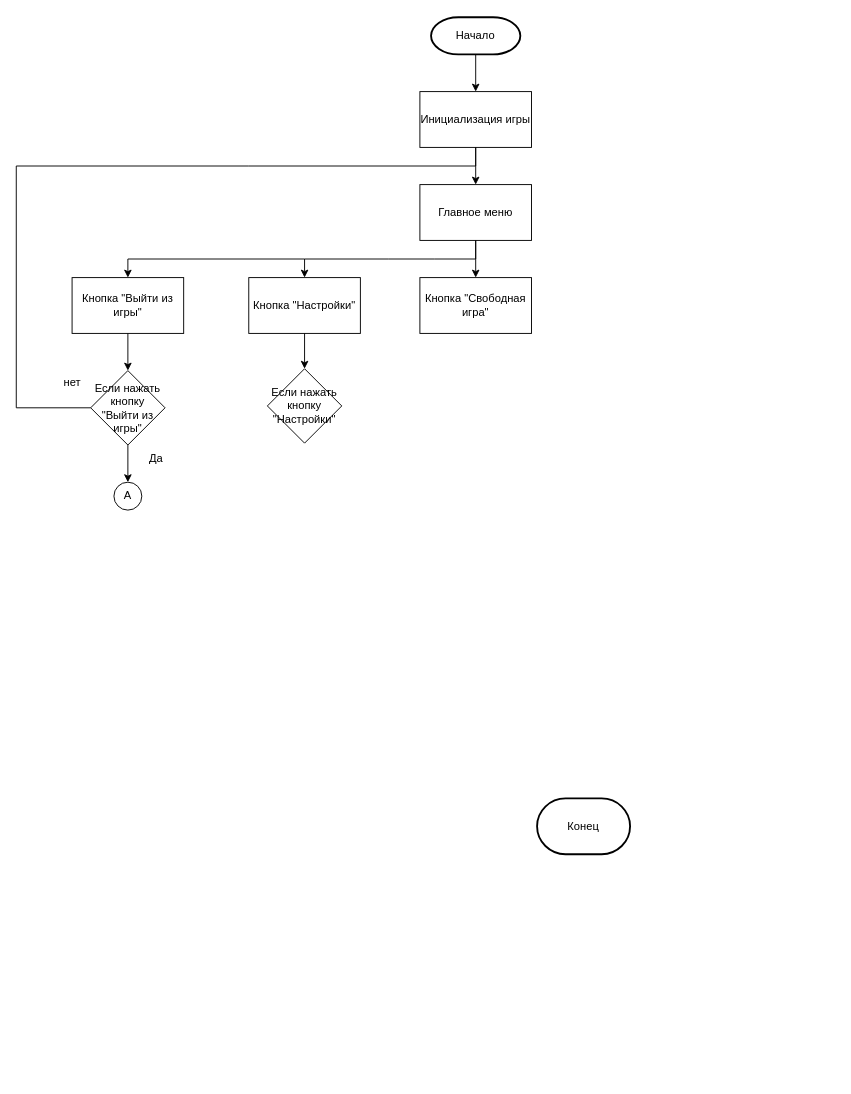
This is Блок-схема.drawio from BatCatRus/Spelled_Blood, a draw.io file, before an edit. Source tidied: cells renumbered, new cells numbered last; positions are measured from the earlier drawing's top-left corner, leaving out a move shared by most shapes. Both pictures are drawn from the tidied source at 93%, with x=0, y=0 at pixel (16, 17).
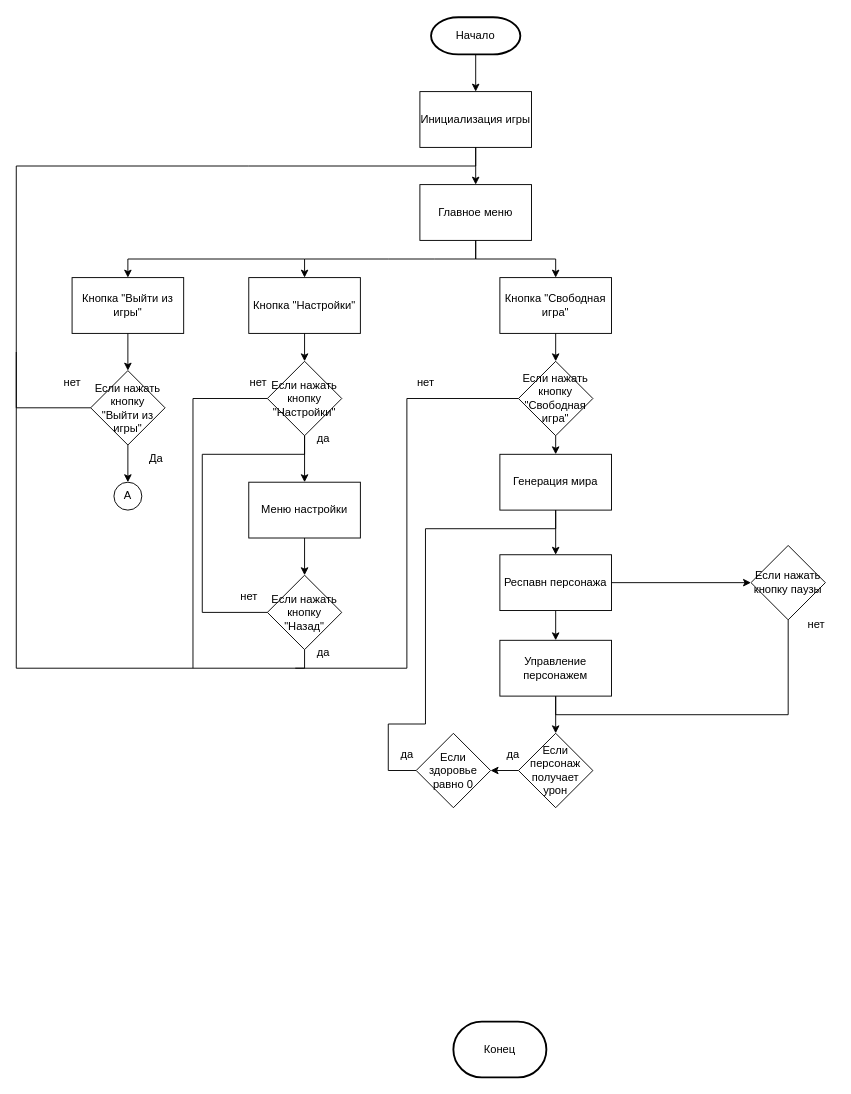
The same diagram, later.

Unchanged cells that the change refers to:
```xml
<mxCell id="5" value="Главное меню" style="rounded=0;whiteSpace=wrap;html=1;" parent="1" vertex="1">
  <mxGeometry x="434" y="180" width="120" height="60" as="geometry" />
</mxCell>
```

The edit, as a diff of the source:
```diff
@@
     <mxCell id="8" value="Кнопка &quot;Свободная игра&quot;" style="rounded=0;whiteSpace=wrap;html=1;" parent="1" vertex="1">
-      <mxGeometry x="434" y="280" width="120" height="60" as="geometry" />
+      <mxGeometry x="520" y="280" width="120" height="60" as="geometry" />
     </mxCell>
@@
     <mxCell id="10" style="endArrow=classic;html=1;rounded=0;entryX=0.5;entryY=0;entryDx=0;entryDy=0;exitX=0.5;exitY=1;exitDx=0;exitDy=0;" parent="1" edge="1" source="5" target="8">
-      <mxGeometry relative="1" as="geometry" />
+      <mxGeometry relative="1" as="geometry">
+        <Array as="points">
+          <mxPoint x="494" y="260" />
+          <mxPoint x="580" y="260" />
+        </Array>
+      </mxGeometry>
     </mxCell>
@@
     <mxCell id="16" value="Конец" style="strokeWidth=2;html=1;shape=mxgraph.flowchart.terminator;whiteSpace=wrap;direction=west;" parent="1" vertex="1">
-      <mxGeometry x="560" y="840" width="100" height="60" as="geometry" />
+      <mxGeometry x="470" y="1080" width="100" height="60" as="geometry" />
     </mxCell>
@@
     <mxCell id="20" value="Если нажать кнопку &quot;Настройки&quot;" style="rhombus;whiteSpace=wrap;html=1;" parent="1" vertex="1">
-      <mxGeometry x="270" y="378" width="80" height="80" as="geometry" />
+      <mxGeometry x="270" y="370" width="80" height="80" as="geometry" />
     </mxCell>
@@
+    <mxCell id="23" value="Если нажать кнопку &quot;Назад&quot;" style="rhombus;whiteSpace=wrap;html=1;" parent="1" vertex="1">
+      <mxGeometry x="270" y="600" width="80" height="80" as="geometry" />
+    </mxCell>
+    <mxCell id="24" style="endArrow=classic;html=1;rounded=0;exitX=0.5;exitY=1;exitDx=0;exitDy=0;entryX=0.5;entryY=0;entryDx=0;entryDy=0;" parent="1" edge="1" source="20" target="26">
+      <mxGeometry relative="1" as="geometry" />
+    </mxCell>
+    <mxCell id="25" style="endArrow=none;html=1;rounded=0;exitX=0.5;exitY=1;exitDx=0;exitDy=0;endFill=0;" parent="1" edge="1" source="23">
+      <mxGeometry relative="1" as="geometry">
+        <mxPoint y="360" as="targetPoint" />
+        <Array as="points">
+          <mxPoint x="310" y="700" />
+          <mxPoint y="700" />
+        </Array>
+      </mxGeometry>
+    </mxCell>
+    <mxCell id="26" value="Меню настройки" style="rounded=0;whiteSpace=wrap;html=1;" parent="1" vertex="1">
+      <mxGeometry x="250" y="500" width="120" height="60" as="geometry" />
+    </mxCell>
+    <mxCell id="27" style="endArrow=classic;html=1;rounded=0;exitX=0.5;exitY=1;exitDx=0;exitDy=0;entryX=0.5;entryY=0;entryDx=0;entryDy=0;" parent="1" edge="1" source="26" target="23">
+      <mxGeometry relative="1" as="geometry" />
+    </mxCell>
+    <mxCell id="28" style="endArrow=none;html=1;rounded=0;exitX=0;exitY=0.5;exitDx=0;exitDy=0;entryX=0.5;entryY=1;entryDx=0;entryDy=0;endFill=0;" parent="1" edge="1" source="23" target="20">
+      <mxGeometry relative="1" as="geometry">
+        <Array as="points">
+          <mxPoint x="200" y="640" />
+          <mxPoint x="200" y="470" />
+          <mxPoint x="310" y="470" />
+        </Array>
+      </mxGeometry>
+    </mxCell>
+    <mxCell id="29" style="endArrow=none;html=1;rounded=0;exitX=0;exitY=0.5;exitDx=0;exitDy=0;endFill=0;" parent="1" edge="1" source="20">
+      <mxGeometry relative="1" as="geometry">
+        <mxPoint x="190" y="700" as="targetPoint" />
+        <Array as="points">
+          <mxPoint x="190" y="410" />
+        </Array>
+      </mxGeometry>
+    </mxCell>
+    <mxCell id="30" value="нет" style="text;html=1;align=center;verticalAlign=middle;strokeColor=none;fillColor=none;" parent="1" vertex="1">
+      <mxGeometry x="240" y="378" width="40" height="30" as="geometry" />
+    </mxCell>
+    <mxCell id="31" value="да" style="text;html=1;align=center;verticalAlign=middle;strokeColor=none;fillColor=none;" parent="1" vertex="1">
+      <mxGeometry x="310" y="438" width="40" height="30" as="geometry" />
+    </mxCell>
+    <mxCell id="32" value="нет" style="text;html=1;align=center;verticalAlign=middle;strokeColor=none;fillColor=none;" parent="1" vertex="1">
+      <mxGeometry x="230" y="608" width="40" height="30" as="geometry" />
+    </mxCell>
+    <mxCell id="33" value="да" style="text;html=1;align=center;verticalAlign=middle;strokeColor=none;fillColor=none;" parent="1" vertex="1">
+      <mxGeometry x="310" y="668" width="40" height="30" as="geometry" />
+    </mxCell>
+    <mxCell id="34" style="edgeStyle=orthogonalEdgeStyle;rounded=0;jettySize=auto;html=1;exitX=0;exitY=0.5;exitDx=0;exitDy=0;endArrow=none;endFill=0;" parent="1" edge="1" source="36">
+      <mxGeometry relative="1" as="geometry">
+        <mxPoint x="300" y="700" as="targetPoint" />
+        <Array as="points">
+          <mxPoint x="420" y="410" />
+          <mxPoint x="420" y="700" />
+        </Array>
+      </mxGeometry>
+    </mxCell>
+    <mxCell id="35" style="edgeStyle=orthogonalEdgeStyle;rounded=0;jettySize=auto;html=1;exitX=0.5;exitY=1;exitDx=0;exitDy=0;entryX=0.5;entryY=0;entryDx=0;entryDy=0;" parent="1" edge="1" source="36" target="40">
+      <mxGeometry relative="1" as="geometry" />
+    </mxCell>
+    <mxCell id="36" value="Если нажать кнопку &quot;Свободная игра&quot;" style="rhombus;whiteSpace=wrap;html=1;" parent="1" vertex="1">
+      <mxGeometry x="540" y="370" width="80" height="80" as="geometry" />
+    </mxCell>
+    <mxCell id="37" style="endArrow=classic;html=1;rounded=0;exitX=0.5;exitY=1;exitDx=0;exitDy=0;entryX=0.5;entryY=0;entryDx=0;entryDy=0;" parent="1" edge="1" source="8" target="36">
+      <mxGeometry relative="1" as="geometry" />
+    </mxCell>
+    <mxCell id="38" value="нет" style="text;html=1;align=center;verticalAlign=middle;strokeColor=none;fillColor=none;" parent="1" vertex="1">
+      <mxGeometry x="420" y="378" width="40" height="30" as="geometry" />
+    </mxCell>
+    <mxCell id="39" style="edgeStyle=orthogonalEdgeStyle;rounded=0;jettySize=auto;html=1;exitX=0.5;exitY=1;exitDx=0;exitDy=0;entryX=0.5;entryY=0;entryDx=0;entryDy=0;" parent="1" edge="1" source="40" target="43">
+      <mxGeometry relative="1" as="geometry" />
+    </mxCell>
+    <mxCell id="40" value="Генерация мира" style="rounded=0;whiteSpace=wrap;html=1;" parent="1" vertex="1">
+      <mxGeometry x="520" y="470" width="120" height="60" as="geometry" />
+    </mxCell>
+    <mxCell id="41" style="edgeStyle=orthogonalEdgeStyle;rounded=0;jettySize=auto;html=1;exitX=1;exitY=0.5;exitDx=0;exitDy=0;entryX=0;entryY=0.5;entryDx=0;entryDy=0;" parent="1" edge="1" source="43" target="45">
+      <mxGeometry relative="1" as="geometry" />
+    </mxCell>
+    <mxCell id="42" style="edgeStyle=orthogonalEdgeStyle;rounded=0;jettySize=auto;html=1;exitX=0.5;exitY=1;exitDx=0;exitDy=0;entryX=0.5;entryY=0;entryDx=0;entryDy=0;" parent="1" edge="1" source="43" target="47">
+      <mxGeometry relative="1" as="geometry" />
+    </mxCell>
+    <mxCell id="43" value="Респавн персонажа" style="rounded=0;whiteSpace=wrap;html=1;" parent="1" vertex="1">
+      <mxGeometry x="520" y="578" width="120" height="60" as="geometry" />
+    </mxCell>
+    <mxCell id="44" style="edgeStyle=orthogonalEdgeStyle;rounded=0;jettySize=auto;html=1;exitX=0.5;exitY=1;exitDx=0;exitDy=0;entryX=0.5;entryY=1;entryDx=0;entryDy=0;endArrow=none;endFill=0;" parent="1" edge="1" source="45" target="47">
+      <mxGeometry relative="1" as="geometry" />
+    </mxCell>
+    <mxCell id="45" value="Если нажать кнопку паузы" style="rhombus;whiteSpace=wrap;html=1;" parent="1" vertex="1">
+      <mxGeometry x="790" y="568" width="80" height="80" as="geometry" />
+    </mxCell>
+    <mxCell id="46" style="edgeStyle=orthogonalEdgeStyle;rounded=0;jettySize=auto;html=1;exitX=0.5;exitY=1;exitDx=0;exitDy=0;" parent="1" edge="1" source="47" target="50">
+      <mxGeometry relative="1" as="geometry" />
+    </mxCell>
+    <mxCell id="47" value="Управление персонажем" style="rounded=0;whiteSpace=wrap;html=1;" parent="1" vertex="1">
+      <mxGeometry x="520" y="670" width="120" height="60" as="geometry" />
+    </mxCell>
+    <mxCell id="48" value="нет" style="text;html=1;align=center;verticalAlign=middle;strokeColor=none;fillColor=none;" parent="1" vertex="1">
+      <mxGeometry x="840" y="638" width="40" height="30" as="geometry" />
+    </mxCell>
+    <mxCell id="49" style="edgeStyle=orthogonalEdgeStyle;rounded=0;jettySize=auto;html=1;exitX=0;exitY=0.5;exitDx=0;exitDy=0;entryX=1;entryY=0.5;entryDx=0;entryDy=0;" parent="1" edge="1" source="50" target="52">
+      <mxGeometry relative="1" as="geometry" />
+    </mxCell>
+    <mxCell id="50" value="Если персонаж получает урон" style="rhombus;whiteSpace=wrap;html=1;" parent="1" vertex="1">
+      <mxGeometry x="540" y="770" width="80" height="80" as="geometry" />
+    </mxCell>
+    <mxCell id="51" style="edgeStyle=orthogonalEdgeStyle;rounded=0;jettySize=auto;html=1;exitX=0;exitY=0.5;exitDx=0;exitDy=0;entryX=0.5;entryY=1;entryDx=0;entryDy=0;endArrow=none;endFill=0;" parent="1" edge="1" source="52" target="40">
+      <mxGeometry relative="1" as="geometry">
+        <Array as="points">
+          <mxPoint x="400" y="810" />
+          <mxPoint x="400" y="760" />
+          <mxPoint x="440" y="760" />
+          <mxPoint x="440" y="550" />
+          <mxPoint x="580" y="550" />
+        </Array>
+      </mxGeometry>
+    </mxCell>
+    <mxCell id="52" value="Если здоровье равно 0" style="rhombus;whiteSpace=wrap;html=1;" parent="1" vertex="1">
+      <mxGeometry x="430" y="770" width="80" height="80" as="geometry" />
+    </mxCell>
+    <mxCell id="53" value="да" style="text;html=1;align=center;verticalAlign=middle;strokeColor=none;fillColor=none;" parent="1" vertex="1">
+      <mxGeometry x="400" y="778" width="40" height="30" as="geometry" />
+    </mxCell>
+    <mxCell id="54" value="да" style="text;html=1;align=center;verticalAlign=middle;strokeColor=none;fillColor=none;" parent="1" vertex="1">
+      <mxGeometry x="514" y="778" width="40" height="30" as="geometry" />
+    </mxCell>
```
